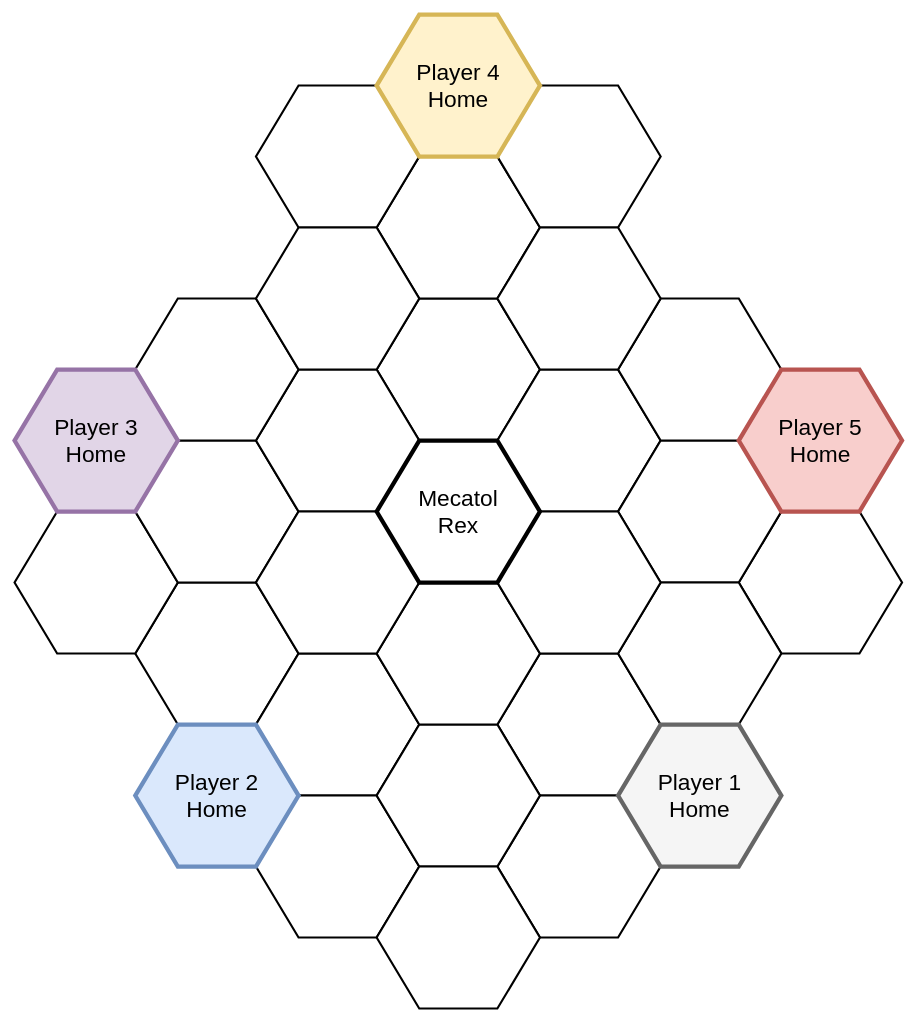
acodcha/ti4-cartographer keeps this draw.io diagram as images/5_players_small.drawio. Above is the earlier version. Source tidied: cells renumbered, new cells numbered last; positions are measured from the earlier drawing's top-left corner, leaving out a move shared by most shapes. Both pictures are drawn from the tidied source at 71%, with x=0, y=0 at pixel (14, 14).
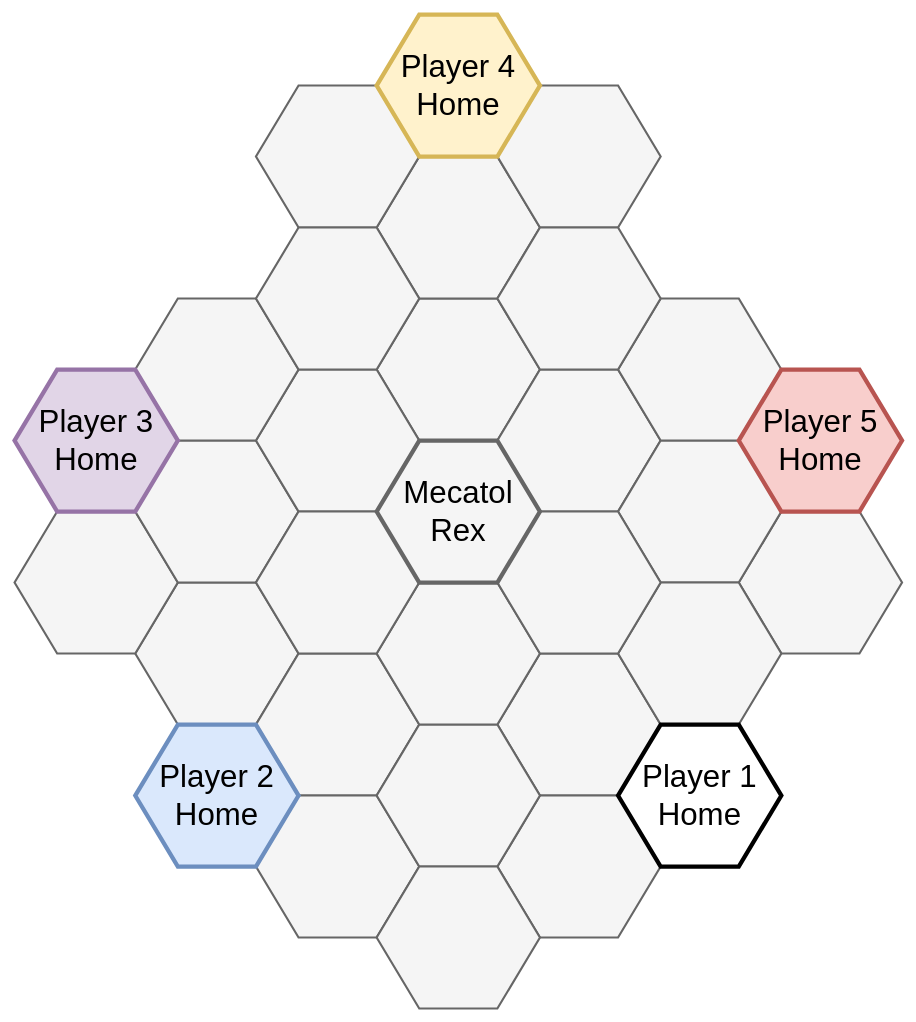
The same diagram, later.

Diff of the diagram source:
```diff
@@
-    <mxCell id="2" style="shape=hexagon;perimeter=hexagonPerimeter2;whiteSpace=wrap;html=1;fixedSize=1;size=60;fontSize=32;fontFamily=Helvetica;strokeWidth=3;" parent="1" vertex="1">
+    <mxCell id="2" style="shape=hexagon;perimeter=hexagonPerimeter2;whiteSpace=wrap;html=1;fixedSize=1;size=60;fontSize=44;fontFamily=Helvetica;strokeWidth=3;fillColor=#f5f5f5;strokeColor=#666666;fontColor=#333333;" parent="1" vertex="1">
       <mxGeometry x="510" y="400" width="230" height="200" as="geometry" />
     </mxCell>
-    <mxCell id="3" style="shape=hexagon;perimeter=hexagonPerimeter2;whiteSpace=wrap;html=1;fixedSize=1;size=60;fontSize=32;fontFamily=Helvetica;strokeWidth=3;" parent="1" vertex="1">
+    <mxCell id="3" style="shape=hexagon;perimeter=hexagonPerimeter2;whiteSpace=wrap;html=1;fixedSize=1;size=60;fontSize=44;fontFamily=Helvetica;strokeWidth=3;fillColor=#f5f5f5;strokeColor=#666666;fontColor=#333333;" parent="1" vertex="1">
       <mxGeometry x="510" y="200" width="230" height="200" as="geometry" />
     </mxCell>
-    <mxCell id="4" style="shape=hexagon;perimeter=hexagonPerimeter2;whiteSpace=wrap;html=1;fixedSize=1;size=60;fontSize=32;fontFamily=Helvetica;strokeWidth=3;" parent="1" vertex="1">
+    <mxCell id="4" style="shape=hexagon;perimeter=hexagonPerimeter2;whiteSpace=wrap;html=1;fixedSize=1;size=60;fontSize=44;fontFamily=Helvetica;strokeWidth=3;fillColor=#f5f5f5;strokeColor=#666666;fontColor=#333333;" parent="1" vertex="1">
       <mxGeometry x="680" y="100" width="230" height="200" as="geometry" />
     </mxCell>
-    <mxCell id="5" style="shape=hexagon;perimeter=hexagonPerimeter2;whiteSpace=wrap;html=1;fixedSize=1;size=60;fontSize=32;fontFamily=Helvetica;strokeWidth=3;" parent="1" vertex="1">
+    <mxCell id="5" style="shape=hexagon;perimeter=hexagonPerimeter2;whiteSpace=wrap;html=1;fixedSize=1;size=60;fontSize=44;fontFamily=Helvetica;strokeWidth=3;fillColor=#f5f5f5;strokeColor=#666666;fontColor=#333333;" parent="1" vertex="1">
       <mxGeometry x="340" y="100" width="230" height="200" as="geometry" />
     </mxCell>
-    <mxCell id="6" style="shape=hexagon;perimeter=hexagonPerimeter2;whiteSpace=wrap;html=1;fixedSize=1;size=60;fontSize=32;fontFamily=Helvetica;strokeWidth=3;" parent="1" vertex="1">
+    <mxCell id="6" style="shape=hexagon;perimeter=hexagonPerimeter2;whiteSpace=wrap;html=1;fixedSize=1;size=60;fontSize=44;fontFamily=Helvetica;strokeWidth=3;fillColor=#f5f5f5;strokeColor=#666666;fontColor=#333333;" parent="1" vertex="1">
       <mxGeometry x="170" y="800" width="230" height="200" as="geometry" />
     </mxCell>
-    <mxCell id="7" style="shape=hexagon;perimeter=hexagonPerimeter2;whiteSpace=wrap;html=1;fixedSize=1;size=60;fontSize=32;fontFamily=Helvetica;strokeWidth=3;" parent="1" vertex="1">
+    <mxCell id="7" style="shape=hexagon;perimeter=hexagonPerimeter2;whiteSpace=wrap;html=1;fixedSize=1;size=60;fontSize=44;fontFamily=Helvetica;strokeWidth=3;fillColor=#f5f5f5;strokeColor=#666666;fontColor=#333333;" parent="1" vertex="1">
       <mxGeometry x="340" y="900" width="230" height="200" as="geometry" />
     </mxCell>
-    <mxCell id="8" style="shape=hexagon;perimeter=hexagonPerimeter2;whiteSpace=wrap;html=1;fixedSize=1;size=60;fontSize=32;fontFamily=Helvetica;strokeWidth=3;" parent="1" vertex="1">
+    <mxCell id="8" style="shape=hexagon;perimeter=hexagonPerimeter2;whiteSpace=wrap;html=1;fixedSize=1;size=60;fontSize=44;fontFamily=Helvetica;strokeWidth=3;fillColor=#f5f5f5;strokeColor=#666666;fontColor=#333333;" parent="1" vertex="1">
       <mxGeometry x="340" y="1100" width="230" height="200" as="geometry" />
     </mxCell>
-    <mxCell id="9" style="shape=hexagon;perimeter=hexagonPerimeter2;whiteSpace=wrap;html=1;fixedSize=1;size=60;fontSize=32;fontFamily=Helvetica;strokeWidth=3;" parent="1" vertex="1">
+    <mxCell id="9" style="shape=hexagon;perimeter=hexagonPerimeter2;whiteSpace=wrap;html=1;fixedSize=1;size=60;fontSize=44;fontFamily=Helvetica;strokeWidth=3;fillColor=#f5f5f5;strokeColor=#666666;fontColor=#333333;" parent="1" vertex="1">
       <mxGeometry y="700" width="230" height="200" as="geometry" />
     </mxCell>
-    <mxCell id="10" style="shape=hexagon;perimeter=hexagonPerimeter2;whiteSpace=wrap;html=1;fixedSize=1;size=60;fontSize=32;fontFamily=Helvetica;strokeWidth=3;" parent="1" vertex="1">
+    <mxCell id="10" style="shape=hexagon;perimeter=hexagonPerimeter2;whiteSpace=wrap;html=1;fixedSize=1;size=60;fontSize=44;fontFamily=Helvetica;strokeWidth=3;fillColor=#f5f5f5;strokeColor=#666666;fontColor=#333333;" parent="1" vertex="1">
       <mxGeometry x="170" y="600" width="230" height="200" as="geometry" />
     </mxCell>
-    <mxCell id="11" style="shape=hexagon;perimeter=hexagonPerimeter2;whiteSpace=wrap;html=1;fixedSize=1;size=60;fontSize=32;fontFamily=Helvetica;strokeWidth=3;" parent="1" vertex="1">
+    <mxCell id="11" style="shape=hexagon;perimeter=hexagonPerimeter2;whiteSpace=wrap;html=1;fixedSize=1;size=60;fontSize=44;fontFamily=Helvetica;strokeWidth=3;fillColor=#f5f5f5;strokeColor=#666666;fontColor=#333333;" parent="1" vertex="1">
       <mxGeometry x="340" y="500" width="230" height="200" as="geometry" />
     </mxCell>
-    <mxCell id="12" style="shape=hexagon;perimeter=hexagonPerimeter2;whiteSpace=wrap;html=1;fixedSize=1;size=60;fontSize=32;fontFamily=Helvetica;strokeWidth=3;" parent="1" vertex="1">
+    <mxCell id="12" style="shape=hexagon;perimeter=hexagonPerimeter2;whiteSpace=wrap;html=1;fixedSize=1;size=60;fontSize=44;fontFamily=Helvetica;strokeWidth=3;fillColor=#f5f5f5;strokeColor=#666666;fontColor=#333333;" parent="1" vertex="1">
       <mxGeometry x="170" y="400" width="230" height="200" as="geometry" />
     </mxCell>
-    <mxCell id="13" style="shape=hexagon;perimeter=hexagonPerimeter2;whiteSpace=wrap;html=1;fixedSize=1;size=60;fontSize=32;fontFamily=Helvetica;strokeWidth=3;" parent="1" vertex="1">
+    <mxCell id="13" style="shape=hexagon;perimeter=hexagonPerimeter2;whiteSpace=wrap;html=1;fixedSize=1;size=60;fontSize=44;fontFamily=Helvetica;strokeWidth=3;fillColor=#f5f5f5;strokeColor=#666666;fontColor=#333333;" parent="1" vertex="1">
       <mxGeometry x="1020" y="700" width="230" height="200" as="geometry" />
     </mxCell>
-    <mxCell id="14" style="shape=hexagon;perimeter=hexagonPerimeter2;whiteSpace=wrap;html=1;fixedSize=1;size=60;fontSize=32;fontFamily=Helvetica;strokeWidth=3;" parent="1" vertex="1">
+    <mxCell id="14" style="shape=hexagon;perimeter=hexagonPerimeter2;whiteSpace=wrap;html=1;fixedSize=1;size=60;fontSize=44;fontFamily=Helvetica;strokeWidth=3;fillColor=#f5f5f5;strokeColor=#666666;fontColor=#333333;" parent="1" vertex="1">
       <mxGeometry x="680" y="500" width="230" height="200" as="geometry" />
     </mxCell>
-    <mxCell id="15" style="shape=hexagon;perimeter=hexagonPerimeter2;whiteSpace=wrap;html=1;fixedSize=1;size=60;fontSize=32;fontFamily=Helvetica;strokeWidth=3;" parent="1" vertex="1">
+    <mxCell id="15" style="shape=hexagon;perimeter=hexagonPerimeter2;whiteSpace=wrap;html=1;fixedSize=1;size=60;fontSize=44;fontFamily=Helvetica;strokeWidth=3;fillColor=#f5f5f5;strokeColor=#666666;fontColor=#333333;" parent="1" vertex="1">
       <mxGeometry x="850" y="600" width="230" height="200" as="geometry" />
     </mxCell>
-    <mxCell id="16" style="shape=hexagon;perimeter=hexagonPerimeter2;whiteSpace=wrap;html=1;fixedSize=1;size=60;fontSize=32;fontFamily=Helvetica;strokeWidth=3;" parent="1" vertex="1">
+    <mxCell id="16" style="shape=hexagon;perimeter=hexagonPerimeter2;whiteSpace=wrap;html=1;fixedSize=1;size=60;fontSize=44;fontFamily=Helvetica;strokeWidth=3;fillColor=#f5f5f5;strokeColor=#666666;fontColor=#333333;" parent="1" vertex="1">
       <mxGeometry x="850" y="400" width="230" height="200" as="geometry" />
     </mxCell>
-    <mxCell id="17" style="shape=hexagon;perimeter=hexagonPerimeter2;whiteSpace=wrap;html=1;fixedSize=1;size=60;fontSize=32;fontFamily=Helvetica;strokeWidth=3;" parent="1" vertex="1">
+    <mxCell id="17" style="shape=hexagon;perimeter=hexagonPerimeter2;whiteSpace=wrap;html=1;fixedSize=1;size=60;fontSize=44;fontFamily=Helvetica;strokeWidth=3;fillColor=#f5f5f5;strokeColor=#666666;fontColor=#333333;" parent="1" vertex="1">
       <mxGeometry x="680" y="900" width="230" height="200" as="geometry" />
     </mxCell>
-    <mxCell id="18" style="shape=hexagon;perimeter=hexagonPerimeter2;whiteSpace=wrap;html=1;fixedSize=1;size=60;fontSize=32;fontFamily=Helvetica;strokeWidth=3;" parent="1" vertex="1">
+    <mxCell id="18" style="shape=hexagon;perimeter=hexagonPerimeter2;whiteSpace=wrap;html=1;fixedSize=1;size=60;fontSize=44;fontFamily=Helvetica;strokeWidth=3;fillColor=#f5f5f5;strokeColor=#666666;fontColor=#333333;" parent="1" vertex="1">
       <mxGeometry x="680" y="1100" width="230" height="200" as="geometry" />
     </mxCell>
-    <mxCell id="19" style="shape=hexagon;perimeter=hexagonPerimeter2;whiteSpace=wrap;html=1;fixedSize=1;size=60;fontSize=32;fontFamily=Helvetica;strokeWidth=3;" parent="1" vertex="1">
+    <mxCell id="19" style="shape=hexagon;perimeter=hexagonPerimeter2;whiteSpace=wrap;html=1;fixedSize=1;size=60;fontSize=44;fontFamily=Helvetica;strokeWidth=3;fillColor=#f5f5f5;strokeColor=#666666;fontColor=#333333;" parent="1" vertex="1">
       <mxGeometry x="850" y="800" width="230" height="200" as="geometry" />
     </mxCell>
-    <mxCell id="20" style="shape=hexagon;perimeter=hexagonPerimeter2;whiteSpace=wrap;html=1;fixedSize=1;size=60;fontSize=32;fontFamily=Helvetica;strokeWidth=3;" parent="1" vertex="1">
+    <mxCell id="20" style="shape=hexagon;perimeter=hexagonPerimeter2;whiteSpace=wrap;html=1;fixedSize=1;size=60;fontSize=44;fontFamily=Helvetica;strokeWidth=3;fillColor=#f5f5f5;strokeColor=#666666;fontColor=#333333;" parent="1" vertex="1">
       <mxGeometry x="510" y="1000" width="230" height="200" as="geometry" />
     </mxCell>
-    <mxCell id="21" style="shape=hexagon;perimeter=hexagonPerimeter2;whiteSpace=wrap;html=1;fixedSize=1;size=60;fontSize=32;fontFamily=Helvetica;strokeWidth=3;" parent="1" vertex="1">
+    <mxCell id="21" style="shape=hexagon;perimeter=hexagonPerimeter2;whiteSpace=wrap;html=1;fixedSize=1;size=60;fontSize=44;fontFamily=Helvetica;strokeWidth=3;fillColor=#f5f5f5;strokeColor=#666666;fontColor=#333333;" parent="1" vertex="1">
       <mxGeometry x="510" y="800" width="230" height="200" as="geometry" />
     </mxCell>
-    <mxCell id="22" style="shape=hexagon;perimeter=hexagonPerimeter2;whiteSpace=wrap;html=1;fixedSize=1;size=60;fontSize=32;fontFamily=Helvetica;strokeWidth=3;" parent="1" vertex="1">
+    <mxCell id="22" style="shape=hexagon;perimeter=hexagonPerimeter2;whiteSpace=wrap;html=1;fixedSize=1;size=60;fontSize=44;fontFamily=Helvetica;strokeWidth=3;fillColor=#f5f5f5;strokeColor=#666666;fontColor=#333333;" parent="1" vertex="1">
       <mxGeometry x="510" y="1200" width="230" height="200" as="geometry" />
     </mxCell>
-    <mxCell id="23" style="shape=hexagon;perimeter=hexagonPerimeter2;whiteSpace=wrap;html=1;fixedSize=1;size=60;fontSize=32;fontFamily=Helvetica;strokeWidth=3;" parent="1" vertex="1">
+    <mxCell id="23" style="shape=hexagon;perimeter=hexagonPerimeter2;whiteSpace=wrap;html=1;fixedSize=1;size=60;fontSize=44;fontFamily=Helvetica;strokeWidth=3;fillColor=#f5f5f5;strokeColor=#666666;fontColor=#333333;" parent="1" vertex="1">
       <mxGeometry x="680" y="300" width="230" height="200" as="geometry" />
     </mxCell>
-    <mxCell id="24" style="shape=hexagon;perimeter=hexagonPerimeter2;whiteSpace=wrap;html=1;fixedSize=1;size=60;fontSize=32;fontFamily=Helvetica;strokeWidth=3;" parent="1" vertex="1">
+    <mxCell id="24" style="shape=hexagon;perimeter=hexagonPerimeter2;whiteSpace=wrap;html=1;fixedSize=1;size=60;fontSize=44;fontFamily=Helvetica;strokeWidth=3;fillColor=#f5f5f5;strokeColor=#666666;fontColor=#333333;" parent="1" vertex="1">
       <mxGeometry x="340" y="300" width="230" height="200" as="geometry" />
     </mxCell>
-    <mxCell id="25" style="shape=hexagon;perimeter=hexagonPerimeter2;whiteSpace=wrap;html=1;fixedSize=1;size=60;fontSize=32;fontFamily=Helvetica;strokeWidth=3;" parent="1" vertex="1">
+    <mxCell id="25" style="shape=hexagon;perimeter=hexagonPerimeter2;whiteSpace=wrap;html=1;fixedSize=1;size=60;fontSize=44;fontFamily=Helvetica;strokeWidth=3;fillColor=#f5f5f5;strokeColor=#666666;fontColor=#333333;" parent="1" vertex="1">
       <mxGeometry x="340" y="700" width="230" height="200" as="geometry" />
     </mxCell>
-    <mxCell id="26" style="shape=hexagon;perimeter=hexagonPerimeter2;whiteSpace=wrap;html=1;fixedSize=1;size=60;fontSize=32;fontFamily=Helvetica;strokeWidth=3;" parent="1" vertex="1">
+    <mxCell id="26" style="shape=hexagon;perimeter=hexagonPerimeter2;whiteSpace=wrap;html=1;fixedSize=1;size=60;fontSize=44;fontFamily=Helvetica;strokeWidth=3;fillColor=#f5f5f5;strokeColor=#666666;fontColor=#333333;" parent="1" vertex="1">
       <mxGeometry x="680" y="700" width="230" height="200" as="geometry" />
     </mxCell>
-    <mxCell id="27" value="Player 1&lt;br style=&quot;font-size: 32px;&quot;&gt;Home" style="shape=hexagon;perimeter=hexagonPerimeter2;whiteSpace=wrap;html=1;fixedSize=1;size=60;fontSize=32;fontFamily=Helvetica;strokeWidth=6;fillColor=#f5f5f5;strokeColor=#666666;" parent="1" vertex="1">
+    <mxCell id="27" value="Player 1&lt;br style=&quot;font-size: 44px;&quot;&gt;Home" style="shape=hexagon;perimeter=hexagonPerimeter2;whiteSpace=wrap;html=1;fixedSize=1;size=60;fontSize=44;fontFamily=Helvetica;strokeWidth=6;" parent="1" vertex="1">
       <mxGeometry x="850" y="1000" width="230" height="200" as="geometry" />
     </mxCell>
-    <mxCell id="28" value="Player 2&lt;br style=&quot;font-size: 32px;&quot;&gt;Home" style="shape=hexagon;perimeter=hexagonPerimeter2;whiteSpace=wrap;html=1;fixedSize=1;size=60;fontSize=32;fontFamily=Helvetica;fillColor=#dae8fc;strokeColor=#6c8ebf;strokeWidth=6;" parent="1" vertex="1">
+    <mxCell id="28" value="Player 2&lt;br style=&quot;font-size: 44px;&quot;&gt;Home" style="shape=hexagon;perimeter=hexagonPerimeter2;whiteSpace=wrap;html=1;fixedSize=1;size=60;fontSize=44;fontFamily=Helvetica;fillColor=#dae8fc;strokeColor=#6c8ebf;strokeWidth=6;" parent="1" vertex="1">
       <mxGeometry x="170" y="1000" width="230" height="200" as="geometry" />
     </mxCell>
-    <mxCell id="29" value="Player 3&lt;br style=&quot;font-size: 32px;&quot;&gt;Home" style="shape=hexagon;perimeter=hexagonPerimeter2;whiteSpace=wrap;html=1;fixedSize=1;size=60;fontSize=32;fontFamily=Helvetica;fillColor=#e1d5e7;strokeColor=#9673a6;strokeWidth=6;" parent="1" vertex="1">
+    <mxCell id="29" value="Player 3&lt;br style=&quot;font-size: 44px;&quot;&gt;Home" style="shape=hexagon;perimeter=hexagonPerimeter2;whiteSpace=wrap;html=1;fixedSize=1;size=60;fontSize=44;fontFamily=Helvetica;fillColor=#e1d5e7;strokeColor=#9673a6;strokeWidth=6;" parent="1" vertex="1">
       <mxGeometry y="500" width="230" height="200" as="geometry" />
     </mxCell>
-    <mxCell id="30" value="Player 4&lt;br style=&quot;font-size: 32px;&quot;&gt;Home" style="shape=hexagon;perimeter=hexagonPerimeter2;whiteSpace=wrap;html=1;fixedSize=1;size=60;fontSize=32;fontFamily=Helvetica;fillColor=#fff2cc;strokeColor=#d6b656;strokeWidth=6;" parent="1" vertex="1">
+    <mxCell id="30" value="Player 4&lt;br style=&quot;font-size: 44px;&quot;&gt;Home" style="shape=hexagon;perimeter=hexagonPerimeter2;whiteSpace=wrap;html=1;fixedSize=1;size=60;fontSize=44;fontFamily=Helvetica;fillColor=#fff2cc;strokeColor=#d6b656;strokeWidth=6;" parent="1" vertex="1">
       <mxGeometry x="510" width="230" height="200" as="geometry" />
     </mxCell>
-    <mxCell id="31" value="Player 5&lt;br style=&quot;font-size: 32px;&quot;&gt;Home" style="shape=hexagon;perimeter=hexagonPerimeter2;whiteSpace=wrap;html=1;fixedSize=1;size=60;fontSize=32;fontFamily=Helvetica;fillColor=#f8cecc;strokeColor=#b85450;strokeWidth=6;" parent="1" vertex="1">
+    <mxCell id="31" value="Player 5&lt;br style=&quot;font-size: 44px;&quot;&gt;Home" style="shape=hexagon;perimeter=hexagonPerimeter2;whiteSpace=wrap;html=1;fixedSize=1;size=60;fontSize=44;fontFamily=Helvetica;fillColor=#f8cecc;strokeColor=#b85450;strokeWidth=6;" parent="1" vertex="1">
       <mxGeometry x="1020" y="500" width="230" height="200" as="geometry" />
     </mxCell>
-    <mxCell id="32" value="Mecatol&lt;br style=&quot;font-size: 32px;&quot;&gt;Rex" style="shape=hexagon;perimeter=hexagonPerimeter2;whiteSpace=wrap;html=1;fixedSize=1;size=60;fontSize=32;fontFamily=Helvetica;strokeWidth=6;" parent="1" vertex="1">
+    <mxCell id="32" value="Mecatol&lt;br style=&quot;font-size: 44px;&quot;&gt;Rex" style="shape=hexagon;perimeter=hexagonPerimeter2;whiteSpace=wrap;html=1;fixedSize=1;size=60;fontSize=44;fontFamily=Helvetica;strokeWidth=6;fillColor=#f5f5f5;strokeColor=#666666;" parent="1" vertex="1">
       <mxGeometry x="510" y="600" width="230" height="200" as="geometry" />
     </mxCell>
```
